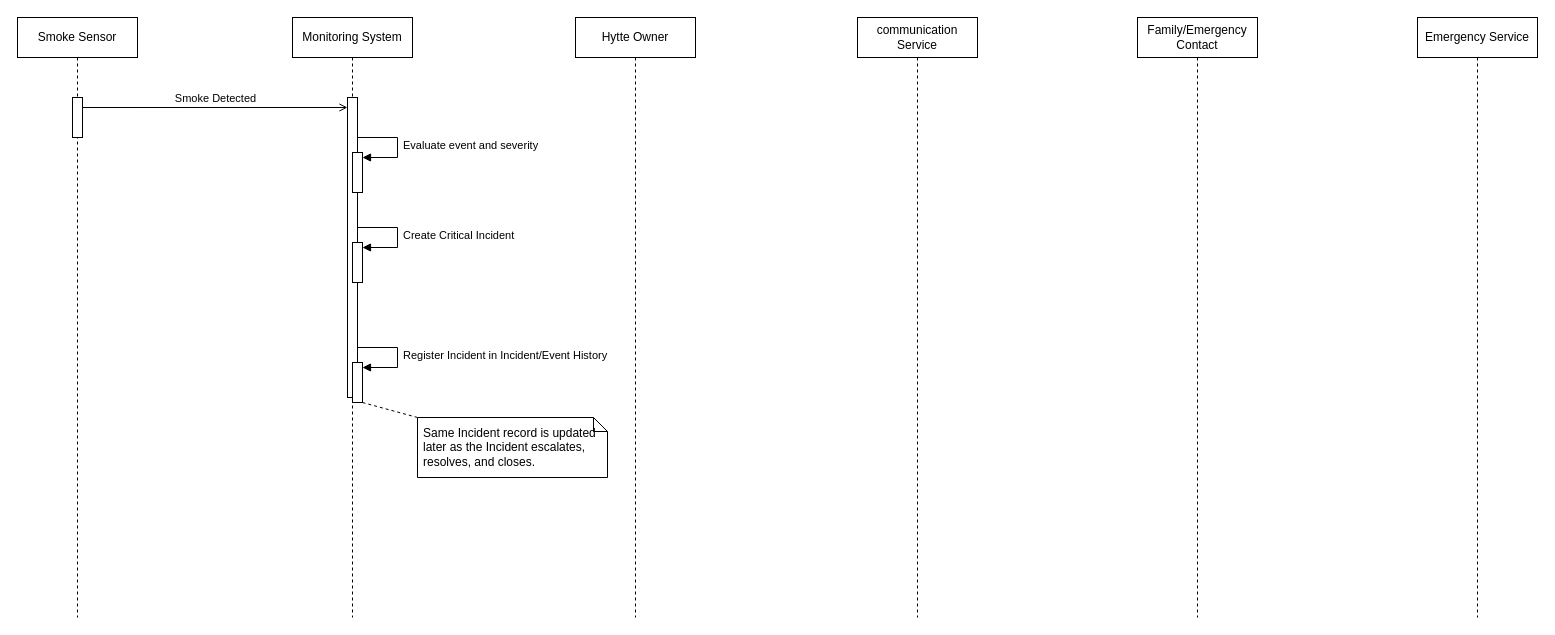
hytte-monitoring/hytte-monitoring.github.io keeps this draw.io diagram as model/sequence-diagram.drawio. Above is the earlier version. Source tidied: cells renumbered, new cells numbered last; positions are measured from the earlier drawing's top-left corner, leaving out a move shared by most shapes. Both pictures are drawn from the tidied source at 100%, with x=0, y=0 at pixel (17, 17).
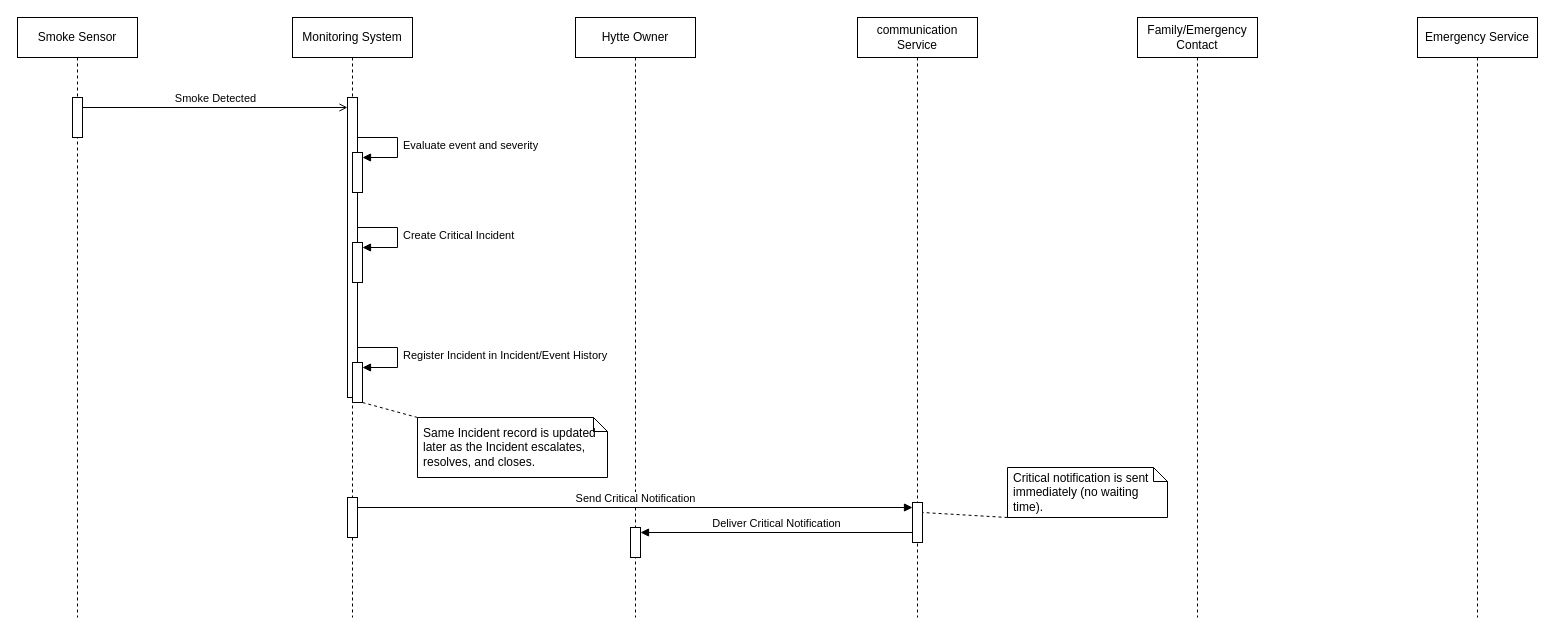
The same page after the edit.

Commit message:
Add Critical notification flow to sequence diagram

The change refers to these unchanged cells:
```xml
<mxCell id="4" value="Monitoring System" style="shape=umlLifeline;perimeter=lifelinePerimeter;whiteSpace=wrap;html=1;newEdgeStyle={&quot;curved&quot;:0,&quot;rounded&quot;:0};size=40;" parent="1" vertex="1">
  <mxGeometry x="275" width="120" height="600" as="geometry" />
</mxCell>
<mxCell id="9" value="Hytte Owner" style="shape=umlLifeline;perimeter=lifelinePerimeter;whiteSpace=wrap;html=1;newEdgeStyle={&quot;curved&quot;:0,&quot;rounded&quot;:0};size=40;" parent="1" vertex="1">
  <mxGeometry x="558" width="120" height="600" as="geometry" />
</mxCell>
<mxCell id="10" value="communication Service" style="shape=umlLifeline;perimeter=lifelinePerimeter;whiteSpace=wrap;html=1;newEdgeStyle={&quot;curved&quot;:0,&quot;rounded&quot;:0};size=40;" parent="1" vertex="1">
  <mxGeometry x="840" width="120" height="600" as="geometry" />
</mxCell>
```

What changed in the source:
```diff
@@
+    <mxCell id="19" style="html=1;perimeter=orthogonalPerimeter;outlineConnect=0;targetShapes=umlLifeline;portConstraint=eastwest;newEdgeStyle={&quot;curved&quot;:0,&quot;rounded&quot;:0};" parent="4" vertex="1">
+      <mxGeometry x="55" y="480" width="10" height="40" as="geometry" />
+    </mxCell>
+    <mxCell id="20" style="html=1;perimeter=orthogonalPerimeter;outlineConnect=0;targetShapes=umlLifeline;portConstraint=eastwest;newEdgeStyle={&quot;curved&quot;:0,&quot;rounded&quot;:0};" parent="10" vertex="1">
+      <mxGeometry x="55" y="485" width="10" height="40" as="geometry" />
+    </mxCell>
+    <mxCell id="21" style="html=1;perimeter=orthogonalPerimeter;outlineConnect=0;targetShapes=umlLifeline;portConstraint=eastwest;newEdgeStyle={&quot;curved&quot;:0,&quot;rounded&quot;:0};" parent="9" vertex="1">
+      <mxGeometry x="55" y="510" width="10" height="30" as="geometry" />
+    </mxCell>
+    <mxCell id="22" value="Send Critical Notification" style="html=1;verticalAlign=bottom;labelBackgroundColor=default;endArrow=block;curved=0;rounded=0;exitX=1;exitY=0.25;entryX=0;entryY=0.125;" parent="1" edge="1" source="19" target="20">
+      <mxGeometry relative="1" as="geometry" />
+    </mxCell>
+    <mxCell id="23" value="Deliver Critical Notification" style="html=1;verticalAlign=bottom;labelBackgroundColor=default;endArrow=block;curved=0;rounded=0;exitX=0;exitY=0.75;entryX=1;entryY=0.1667;" parent="1" edge="1" source="20" target="21">
+      <mxGeometry relative="1" as="geometry" />
+    </mxCell>
+    <mxCell id="24" value="Critical notification is sent immediately (no waiting time)." style="shape=note;whiteSpace=wrap;html=1;size=14;align=left;spacingLeft=4;" parent="1" vertex="1">
+      <mxGeometry x="990" y="450" width="160" height="50" as="geometry" />
+    </mxCell>
+    <mxCell id="25" style="html=1;endArrow=none;dashed=1;curved=0;rounded=0;exitX=0;exitY=1;entryX=1;entryY=0.25;" parent="1" edge="1" source="24" target="20">
+      <mxGeometry relative="1" as="geometry" />
+    </mxCell>
```
